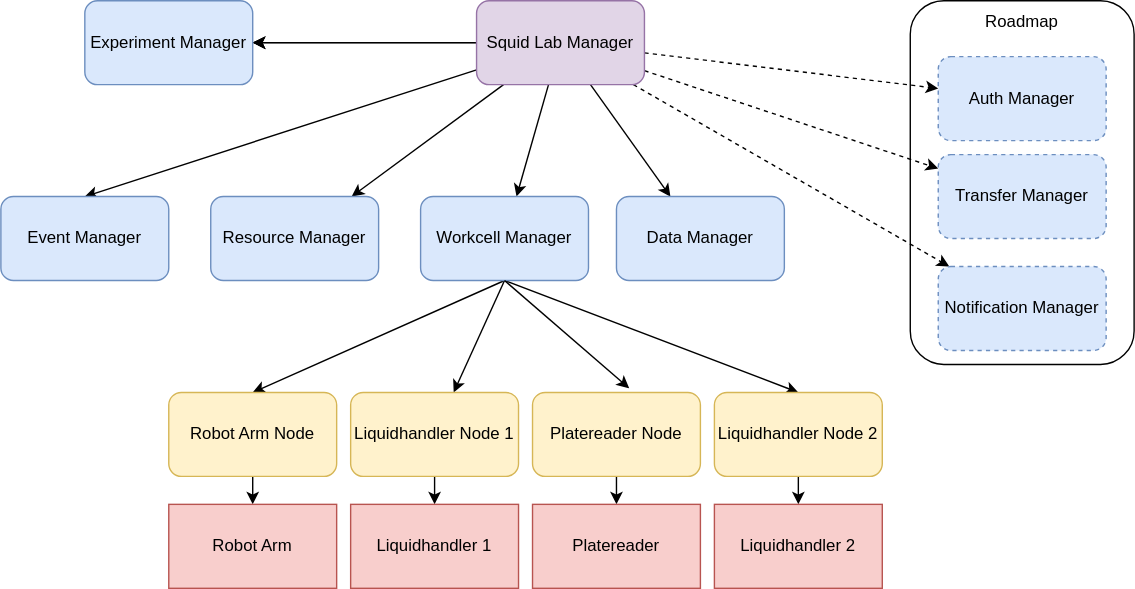
Before: assets/drawio/madsci_architecture.drawio.svg, a diagram exported from draw.io (AD-SDL/MADSci). Source tidied: cells renumbered, new cells last; positions are measured from the earlier drawing's top-left corner, leaving out a move shared by most shapes.
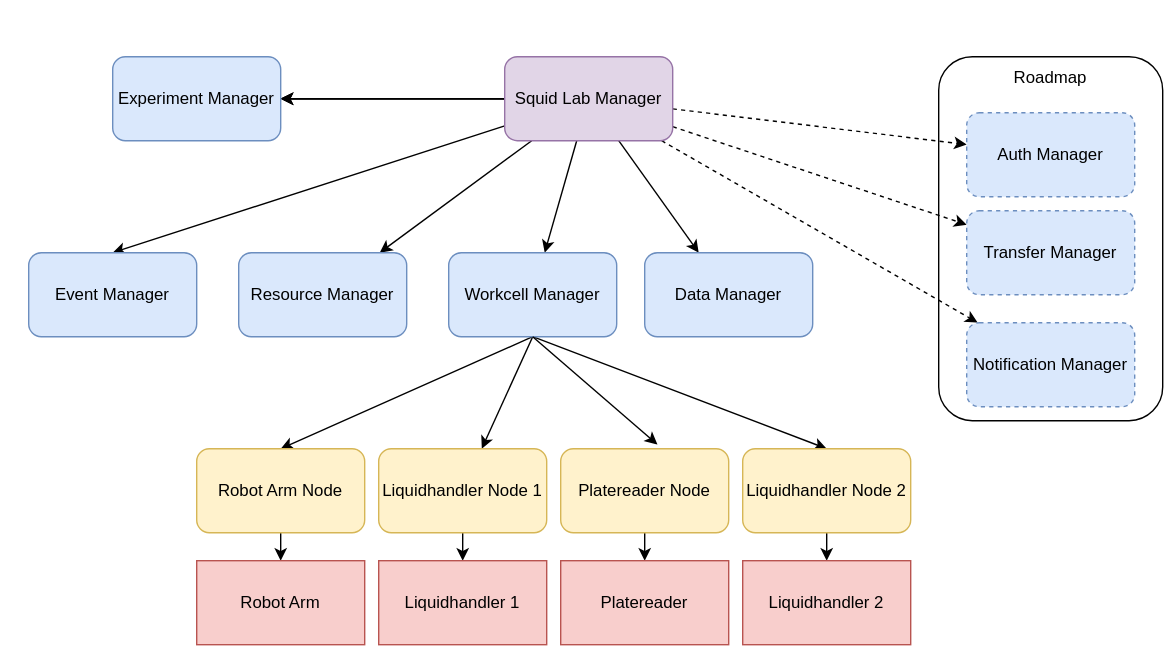
Above is the later version.

Commit message:
Take two on fixing diagram background

Change to the diagram source:
```diff
@@ -2,6 +2,9 @@
   <root>
     <mxCell id="0" />
     <mxCell id="1" parent="0" />
+    <mxCell id="39" style="rounded=1;whiteSpace=wrap;html=1;strokeColor=none;" parent="1" vertex="1">
+      <mxGeometry x="-20" y="-40" width="840" height="480" as="geometry" />
+    </mxCell>
     <mxCell id="2" style="rounded=1;whiteSpace=wrap;html=1;" parent="1" vertex="1">
       <mxGeometry x="650" width="160" height="260" as="geometry" />
     </mxCell>
```
